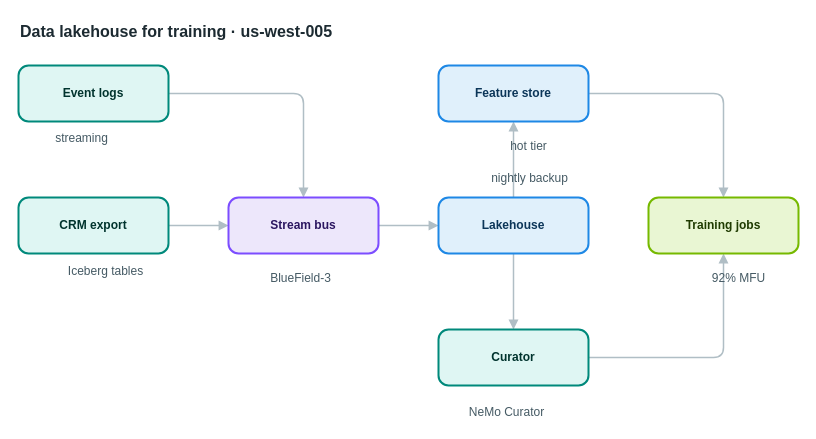
AryanG01/open-apprentice keeps this draw.io diagram as apps/web/public/samples/library/005-data-lakehouse-for-training.drawio. Above is the earlier version. Source tidied: cells renumbered, new cells numbered last; positions are measured from the earlier drawing's top-left corner, leaving out a move shared by most shapes. Both pictures are drawn from the tidied source at 100%, with x=0, y=0 at pixel (18, 17).
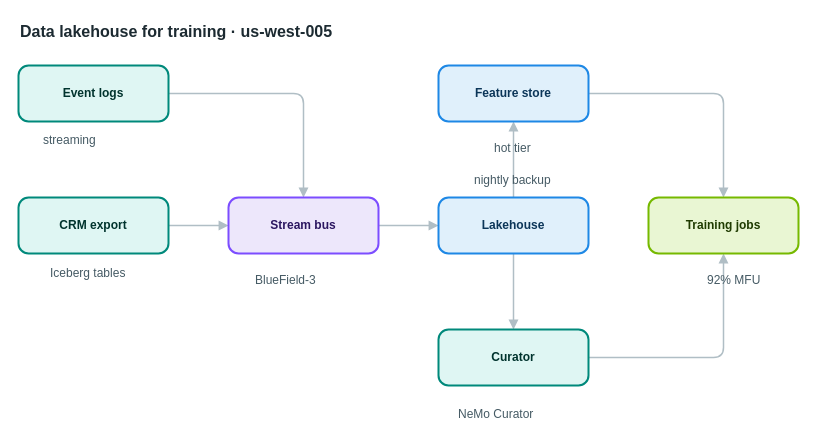
The same diagram, later.

What changed in the source:
```diff
@@
-    <mxCell id="17" value="streaming" style="text;html=1;align=center;verticalAlign=middle;whiteSpace=nowrap;strokeColor=none;fillColor=none;fontSize=12;fontColor=#455a64;" parent="1" vertex="1">
+    <mxCell id="17" value="streaming" style="text;html=1;align=left;verticalAlign=top;whiteSpace=nowrap;spacing=0;spacingTop=0;strokeColor=none;fillColor=none;fontSize=12;fontColor=#455a64;" parent="1" vertex="1">
       <mxGeometry x="25" y="111" width="75" height="20" as="geometry" />
     </mxCell>
-    <mxCell id="18" value="Iceberg tables" style="text;html=1;align=center;verticalAlign=middle;whiteSpace=nowrap;strokeColor=none;fillColor=none;fontSize=12;fontColor=#455a64;" parent="1" vertex="1">
+    <mxCell id="18" value="Iceberg tables" style="text;html=1;align=left;verticalAlign=top;whiteSpace=nowrap;spacing=0;spacingTop=0;strokeColor=none;fillColor=none;fontSize=12;fontColor=#455a64;" parent="1" vertex="1">
       <mxGeometry x="32" y="244" width="110" height="20" as="geometry" />
     </mxCell>
-    <mxCell id="19" value="BlueField-3" style="text;html=1;align=center;verticalAlign=middle;whiteSpace=nowrap;strokeColor=none;fillColor=none;fontSize=12;fontColor=#455a64;" parent="1" vertex="1">
+    <mxCell id="19" value="BlueField-3" style="text;html=1;align=left;verticalAlign=top;whiteSpace=nowrap;spacing=0;spacingTop=0;strokeColor=none;fillColor=none;fontSize=12;fontColor=#455a64;" parent="1" vertex="1">
       <mxGeometry x="237" y="251" width="89" height="20" as="geometry" />
     </mxCell>
-    <mxCell id="20" value="nightly backup" style="text;html=1;align=center;verticalAlign=middle;whiteSpace=nowrap;strokeColor=none;fillColor=none;fontSize=12;fontColor=#455a64;" parent="1" vertex="1">
+    <mxCell id="20" value="nightly backup" style="text;html=1;align=left;verticalAlign=top;whiteSpace=nowrap;spacing=0;spacingTop=0;strokeColor=none;fillColor=none;fontSize=12;fontColor=#455a64;" parent="1" vertex="1">
       <mxGeometry x="456" y="151" width="110" height="20" as="geometry" />
     </mxCell>
-    <mxCell id="21" value="hot tier" style="text;html=1;align=center;verticalAlign=middle;whiteSpace=nowrap;strokeColor=none;fillColor=none;fontSize=12;fontColor=#455a64;" parent="1" vertex="1">
+    <mxCell id="21" value="hot tier" style="text;html=1;align=left;verticalAlign=top;whiteSpace=nowrap;spacing=0;spacingTop=0;strokeColor=none;fillColor=none;fontSize=12;fontColor=#455a64;" parent="1" vertex="1">
       <mxGeometry x="476" y="119" width="68" height="20" as="geometry" />
     </mxCell>
-    <mxCell id="22" value="NeMo Curator" style="text;html=1;align=center;verticalAlign=middle;whiteSpace=nowrap;strokeColor=none;fillColor=none;fontSize=12;fontColor=#455a64;" parent="1" vertex="1">
+    <mxCell id="22" value="NeMo Curator" style="text;html=1;align=left;verticalAlign=top;whiteSpace=nowrap;spacing=0;spacingTop=0;strokeColor=none;fillColor=none;fontSize=12;fontColor=#455a64;" parent="1" vertex="1">
       <mxGeometry x="440" y="385" width="96" height="20" as="geometry" />
     </mxCell>
-    <mxCell id="23" value="92% MFU" style="text;html=1;align=center;verticalAlign=middle;whiteSpace=nowrap;strokeColor=none;fillColor=none;fontSize=12;fontColor=#455a64;" parent="1" vertex="1">
+    <mxCell id="23" value="92% MFU" style="text;html=1;align=left;verticalAlign=top;whiteSpace=nowrap;spacing=0;spacingTop=0;strokeColor=none;fillColor=none;fontSize=12;fontColor=#455a64;" parent="1" vertex="1">
       <mxGeometry x="689" y="251" width="61" height="20" as="geometry" />
     </mxCell>
```
